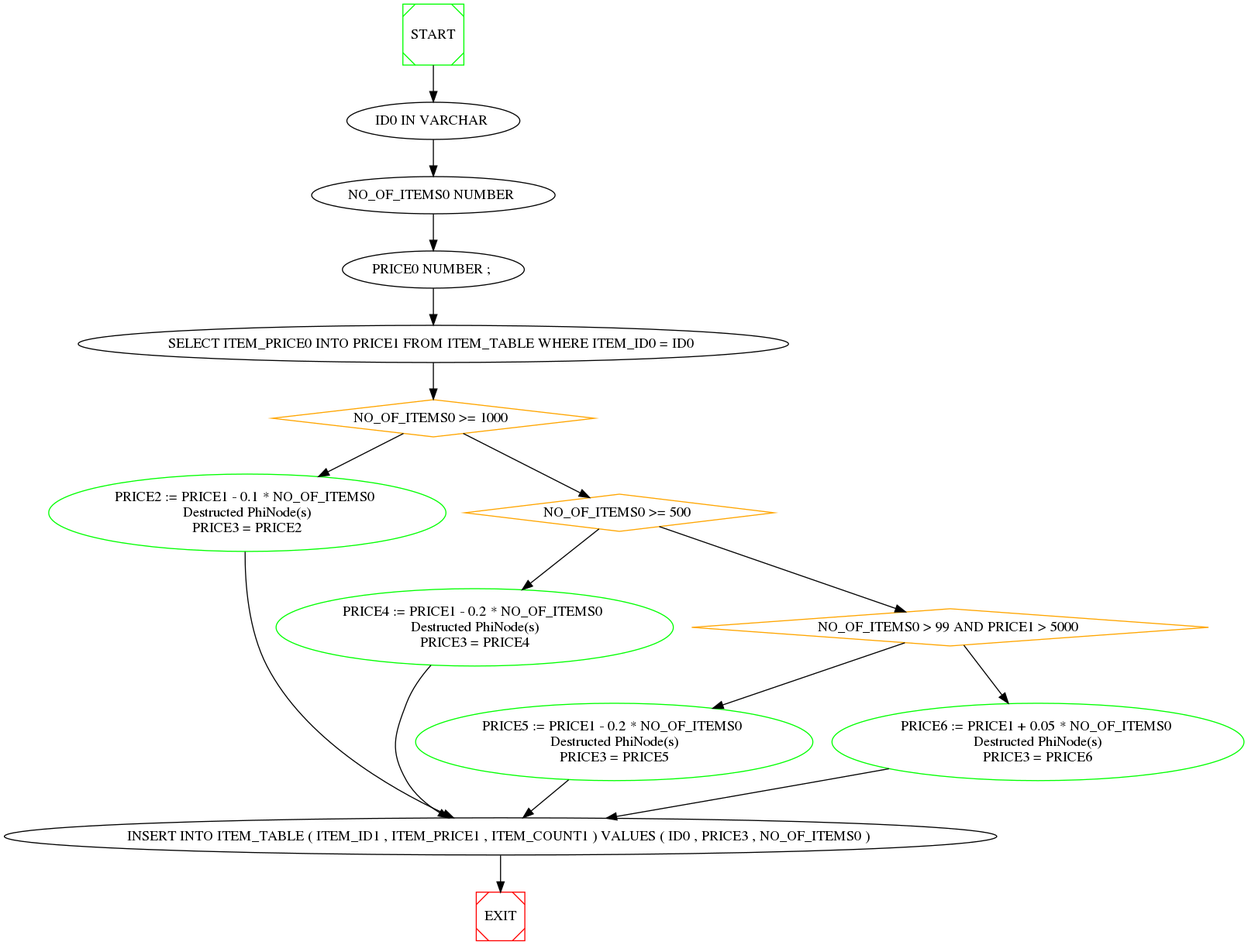
This is se/destructed_phi_node_wala_graph.png from NabeelQaiser/BTP_2k18-19, a Graphviz export, as it was before one commit. Its source is kept beside it as se/destructed_phi_node_wala_graph.dot.
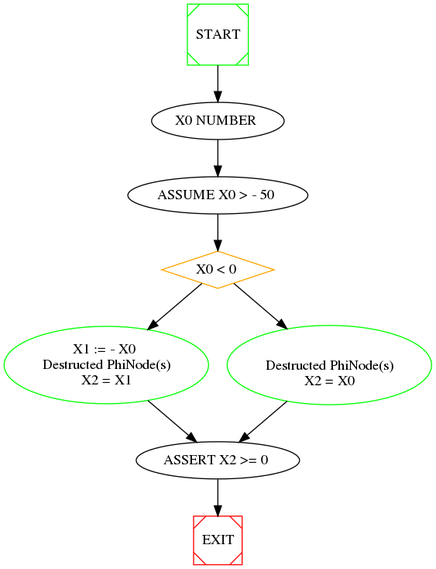
Later version of the same file.

The edit, as a diff of the source:
```diff
@@ -5,57 +5,31 @@
 
 	0 -> 1 ;
 
-	1[ label="ID0 IN VARCHAR "  ] ;
+	1[ label="X0 NUMBER "  ] ;
 
 	1 -> 2 ;
 
-	2[ label="NO_OF_ITEMS0 NUMBER "  ] ;
+	2[ label="ASSUME X0 > - 50 "  ] ;
 
 	2 -> 3 ;
 
-	3[ label="PRICE0 NUMBER ; "  ] ;
+	3[ label="X0 < 0 " , color=orange, shape=diamond ] ;
 
 	3 -> 4 ;
+	3 -> 5 ;
 
-	4[ label="SELECT ITEM_PRICE0 INTO PRICE1 FROM ITEM_TABLE WHERE ITEM_ID0 = ID0 "  ] ;
+	4[ label="X1 := - X0 \nDestructed PhiNode(s)\nX2 = X1" , color=green ] ;
 
-	4 -> 5 ;
+	4 -> 6 ;
 
-	5[ label="NO_OF_ITEMS0 >= 1000 " , color=orange, shape=diamond ] ;
+	5[ label="\nDestructed PhiNode(s)\nX2 = X0" , color=green ] ;
 
 	5 -> 6 ;
-	5 -> 7 ;
 
-	6[ label="PRICE2 := PRICE1 - 0.1 * NO_OF_ITEMS0 \nDestructed PhiNode(s)\nPRICE3 = PRICE2" , color=green ] ;
-
-	6 -> 12 ;
-
-	7[ label="NO_OF_ITEMS0 >= 500 " , color=orange, shape=diamond ] ;
-
-	7 -> 8 ;
-	7 -> 9 ;
-
-	8[ label="PRICE4 := PRICE1 - 0.2 * NO_OF_ITEMS0 \nDestructed PhiNode(s)\nPRICE3 = PRICE4" , color=green ] ;
-
-	8 -> 12 ;
-
-	9[ label="NO_OF_ITEMS0 > 99 AND PRICE1 > 5000 " , color=orange, shape=diamond ] ;
-
-	9 -> 10 ;
-	9 -> 11 ;
-
-	10[ label="PRICE5 := PRICE1 - 0.2 * NO_OF_ITEMS0 \nDestructed PhiNode(s)\nPRICE3 = PRICE5" , color=green ] ;
-
-	10 -> 12 ;
-
-	11[ label="PRICE6 := PRICE1 + 0.05 * NO_OF_ITEMS0 \nDestructed PhiNode(s)\nPRICE3 = PRICE6" , color=green ] ;
-
-	11 -> 12 ;
-
-	12[ label="INSERT INTO ITEM_TABLE ( ITEM_ID1 , ITEM_PRICE1 , ITEM_COUNT1 ) VALUES ( ID0 , PRICE3 , NO_OF_ITEMS0 ) "  ] ;
+	6[ label="ASSERT X2 >= 0 "  ] ;
 
 
 	0[ label="START", shape=Msquare, color=green ] ;
-	12 -> EXIT ;EXIT[ shape=Msquare, color=red ] ;
+	6 -> EXIT ;EXIT[ shape=Msquare, color=red ] ;
 
 }
```
